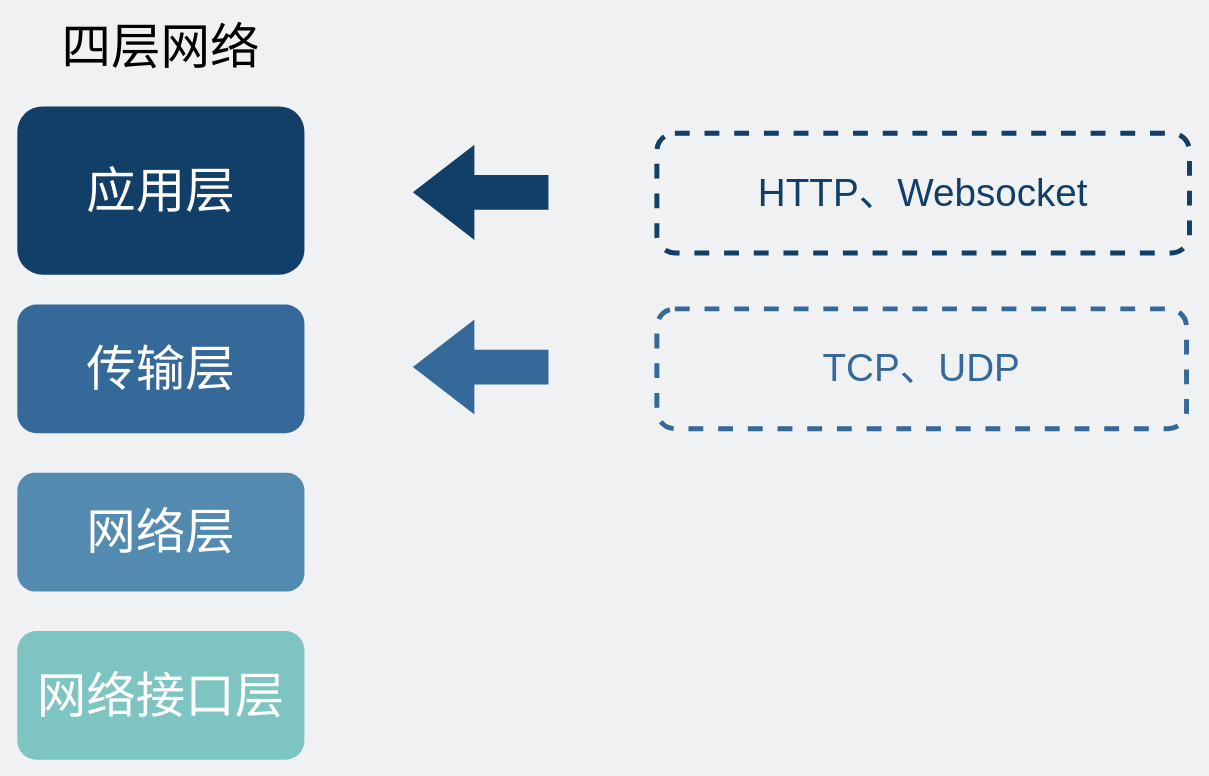
Earlier version of the draw.io diagram network/websocket在四层网络协议中的位置.drawio (xiaobaiTech/image). Source tidied: cells renumbered, new cells numbered last; positions are measured from the earlier drawing's top-left corner, leaving out a move shared by most shapes. Both pictures are drawn from the tidied source at 99%, with x=0, y=0 at pixel (17, 37).
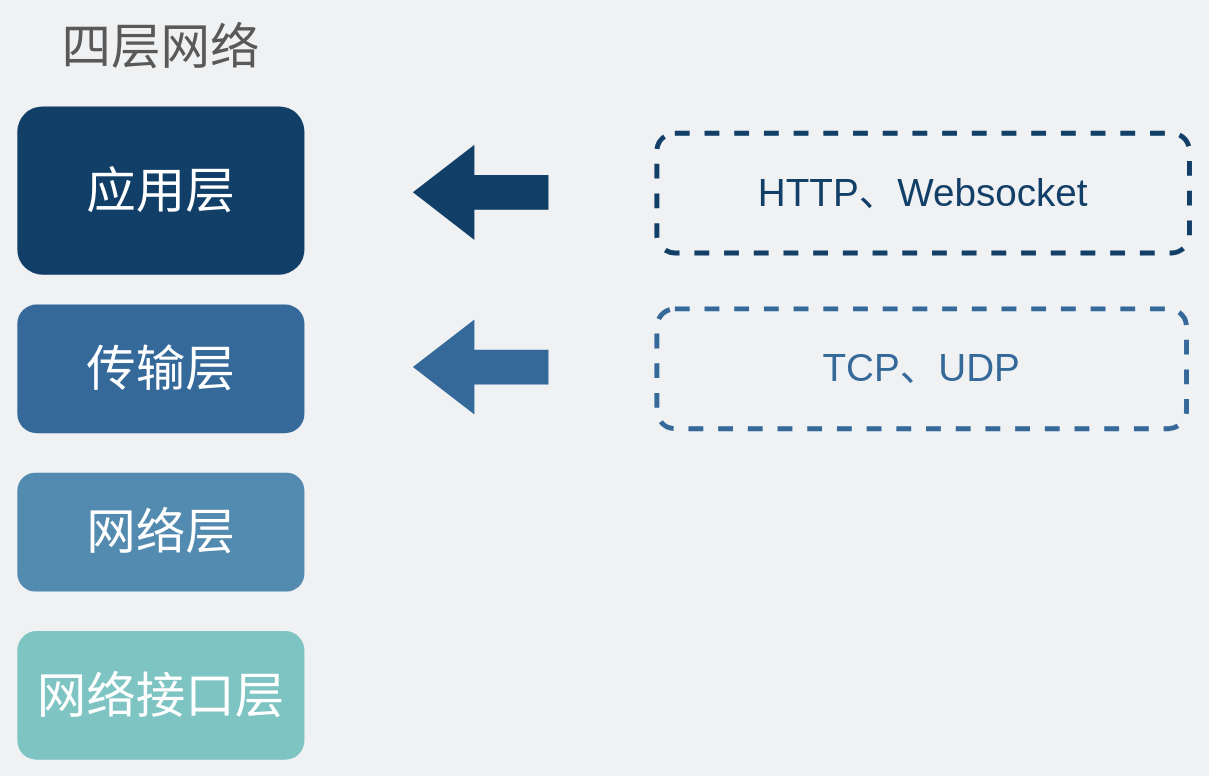
Above is the later version.

Commit message:
更新websocket在四层网络协议中的位置.drawio

What changed in the source:
```diff
@@
 <mxGraphModel background="#EFF1F3">
   <root>
     <mxCell id="0" />
     <mxCell id="1" parent="0" />
     <mxCell id="2" value="&lt;span style=&quot;font-size: 39px;&quot;&gt;&lt;font color=&quot;#35699a&quot;&gt;TCP、UDP&lt;/font&gt;&lt;/span&gt;" style="rounded=1;whiteSpace=wrap;html=1;fontColor=#4A919B;fillColor=none;strokeWidth=5;dashed=1;strokeColor=#35699A;" parent="1" vertex="1">
       <mxGeometry x="646" y="274.5" width="535" height="121" as="geometry" />
     </mxCell>
     <mxCell id="3" value="&lt;font style=&quot;font-size: 50px&quot;&gt;应用层&lt;/font&gt;" style="rounded=1;whiteSpace=wrap;html=1;strokeWidth=5;fontColor=#FFFFFF;fillColor=#123F67;strokeColor=none;" parent="1" vertex="1">
       <mxGeometry y="70" width="290" height="170" as="geometry" />
     </mxCell>
     <mxCell id="4" value="&lt;font style=&quot;font-size: 50px&quot;&gt;传输层&lt;/font&gt;" style="rounded=1;whiteSpace=wrap;html=1;strokeWidth=5;fontColor=#FFFFFF;fillColor=#35699A;strokeColor=none;" parent="1" vertex="1">
       <mxGeometry y="270" width="290" height="130" as="geometry" />
     </mxCell>
     <mxCell id="5" value="&lt;span style=&quot;font-size: 50px&quot;&gt;网络层&lt;/span&gt;" style="rounded=1;whiteSpace=wrap;html=1;strokeWidth=5;fontColor=#FFFFFF;fillColor=#538AAF;strokeColor=none;" parent="1" vertex="1">
       <mxGeometry y="440" width="290" height="120" as="geometry" />
     </mxCell>
     <mxCell id="6" value="&lt;span style=&quot;font-size: 50px&quot;&gt;网络接口层&lt;/span&gt;" style="rounded=1;whiteSpace=wrap;html=1;strokeWidth=5;fontColor=#FFFFFF;fillColor=#7EC4C3;strokeColor=none;" parent="1" vertex="1">
       <mxGeometry y="600" width="290" height="130" as="geometry" />
     </mxCell>
-    <mxCell id="7" value="&lt;font style=&quot;font-size: 50px&quot;&gt;四层网络&lt;/font&gt;" style="text;html=1;strokeColor=none;fillColor=none;align=center;verticalAlign=middle;whiteSpace=wrap;rounded=0;" parent="1" vertex="1">
+    <mxCell id="7" value="&lt;font color=&quot;#595959&quot; style=&quot;font-size: 50px&quot;&gt;四层网络&lt;/font&gt;" style="text;html=1;strokeColor=none;fillColor=none;align=center;verticalAlign=middle;whiteSpace=wrap;rounded=0;" parent="1" vertex="1">
       <mxGeometry x="20" width="250" height="20" as="geometry" />
     </mxCell>
     <mxCell id="8" style="shape=flexArrow;endArrow=classic;html=1;fontColor=#4A919B;endWidth=60;endSize=20.391666666666666;width=35;strokeColor=none;fillColor=#35699A;" parent="1" edge="1">
       <mxGeometry relative="1" as="geometry">
         <mxPoint x="537" y="333.3" as="sourcePoint" />
         <mxPoint x="399" y="333.3" as="targetPoint" />
       </mxGeometry>
     </mxCell>
     <mxCell id="9" value="&lt;span style=&quot;font-size: 39px;&quot;&gt;&lt;font color=&quot;#123f67&quot;&gt;HTTP、Websocket&lt;/font&gt;&lt;/span&gt;" style="rounded=1;whiteSpace=wrap;html=1;fontColor=#4A919B;fillColor=none;strokeWidth=5;dashed=1;strokeColor=#123F67;" parent="1" vertex="1">
       <mxGeometry x="646" y="97" width="538" height="121" as="geometry" />
     </mxCell>
     <mxCell id="10" style="shape=flexArrow;endArrow=classic;html=1;fontColor=#123F67;endWidth=60;endSize=20.391666666666666;width=35;fillColor=#123F67;strokeColor=none;" parent="1" edge="1">
       <mxGeometry relative="1" as="geometry">
         <mxPoint x="537" y="156.8" as="sourcePoint" />
         <mxPoint x="399" y="156.8" as="targetPoint" />
       </mxGeometry>
     </mxCell>
   </root>
 </mxGraphModel>
```
